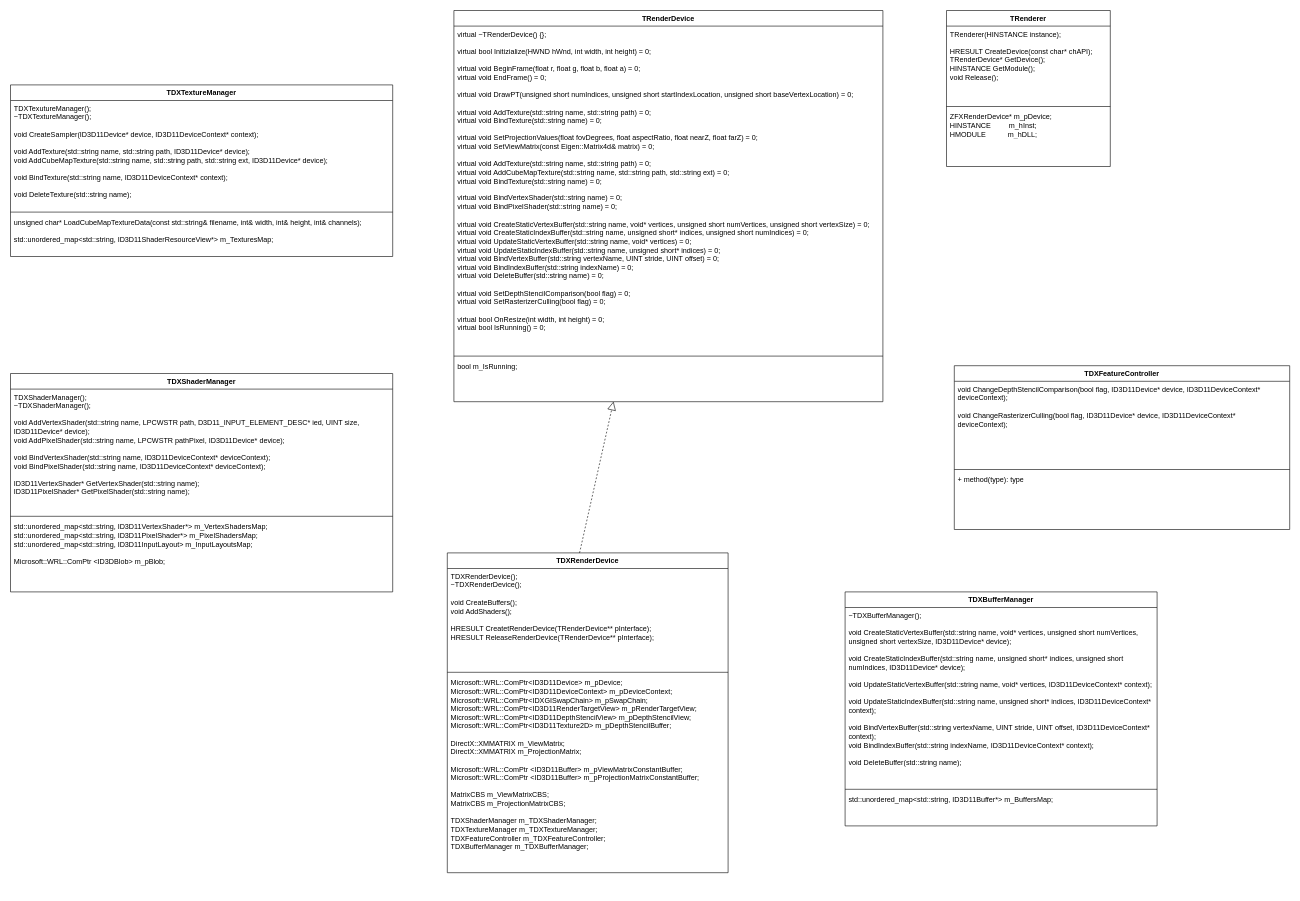
Above: UML/TRenderer.drawio in f1oating/TRender (draw.io), before the change. Source tidied: cells renumbered, new cells numbered last; positions are measured from the earlier drawing's top-left corner, leaving out a move shared by most shapes. Both pictures are drawn from the tidied source at 60%, with x=0, y=0 at pixel (10, 10).
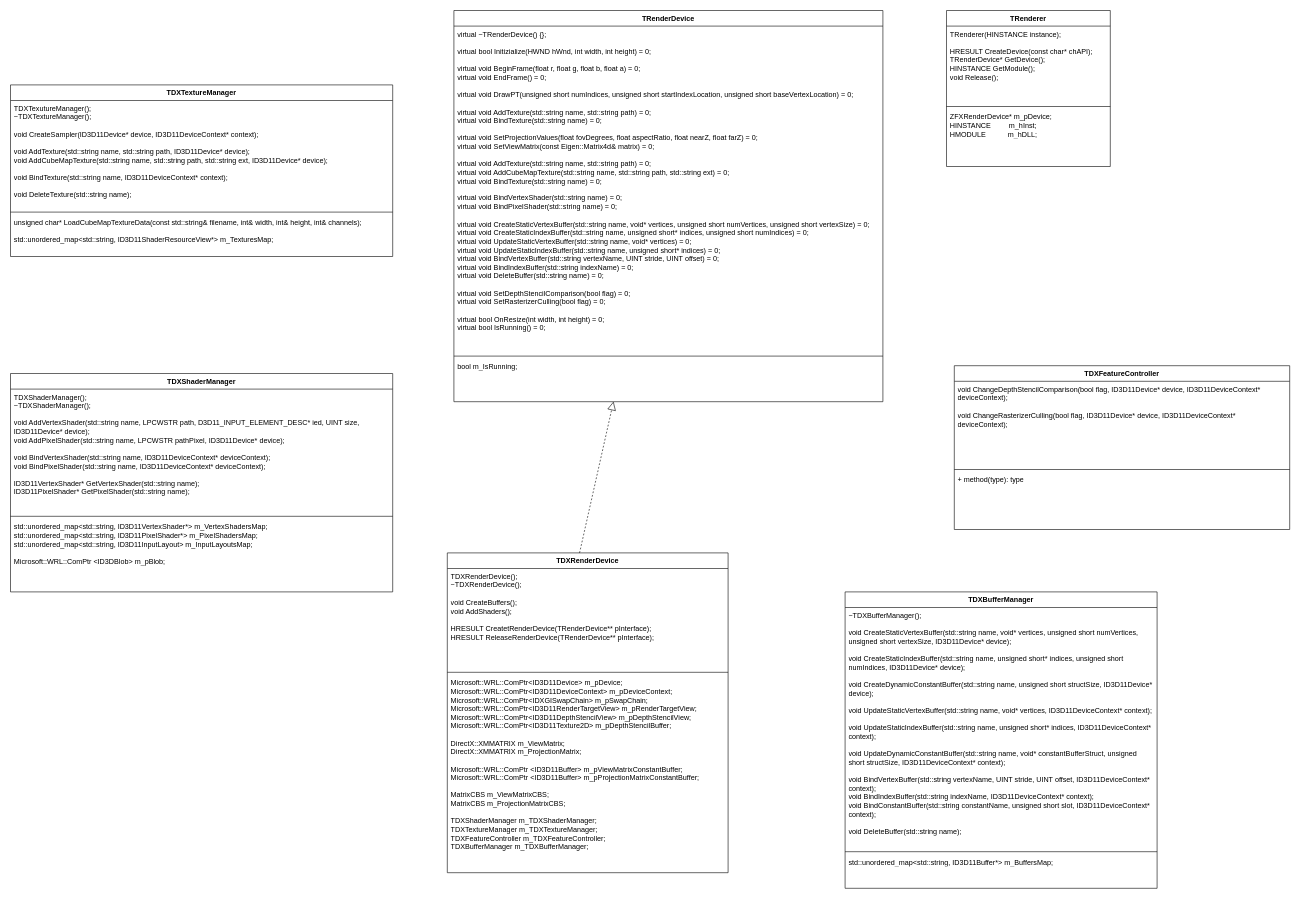
The same page after the edit.

Change to the diagram source:
```diff
@@
     <mxCell id="27" value="TDXBufferManager" style="swimlane;fontStyle=1;align=center;verticalAlign=top;horizontal=1;startSize=26;whiteSpace=wrap;html=1;" parent="1" vertex="1">
-      <mxGeometry x="1391" y="969" width="520" height="390" as="geometry" />
+      <mxGeometry x="1391" y="969" width="520" height="494" as="geometry" />
     </mxCell>
-    <mxCell id="28" value="~TDXBufferManager();&lt;br&gt;&lt;br&gt;void CreateStaticVertexBuffer(std::string name, void* vertices, unsigned short numVertices, unsigned short vertexSize, ID3D11Device* device);&lt;br&gt;&lt;br&gt;void CreateStaticIndexBuffer(std::string name, unsigned short* indices, unsigned short numIndices, ID3D11Device* device);&lt;br&gt;&lt;br&gt;void UpdateStaticVertexBuffer(std::string name, void* vertices, ID3D11DeviceContext* context);&lt;br&gt;&lt;br&gt;void UpdateStaticIndexBuffer(std::string name, unsigned short* indices, ID3D11DeviceContext* context);&lt;br&gt;&lt;br&gt;void BindVertexBuffer(std::string vertexName, UINT stride, UINT offset, ID3D11DeviceContext* context);&lt;br&gt;void BindIndexBuffer(std::string indexName, ID3D11DeviceContext* context);&lt;br&gt;&lt;br&gt;void DeleteBuffer(std::string name);" style="text;strokeColor=none;fillColor=none;align=left;verticalAlign=top;spacingLeft=4;spacingRight=4;overflow=hidden;whiteSpace=wrap;html=1;" parent="27" vertex="1">
-      <mxGeometry y="26" width="520" height="299" as="geometry" />
+    <mxCell id="28" value="~TDXBufferManager();&lt;br&gt;&lt;br&gt;void CreateStaticVertexBuffer(std::string name, void* vertices, unsigned short numVertices, unsigned short vertexSize, ID3D11Device* device);&lt;br&gt;&lt;br&gt;&lt;div&gt;void CreateStaticIndexBuffer(std::string name, unsigned short* indices, unsigned short numIndices, ID3D11Device* device);&lt;/div&gt;&lt;div&gt;&lt;br&gt;&lt;/div&gt;&lt;div&gt;void CreateDynamicConstantBuffer(std::string name, unsigned short structSize, ID3D11Device* device);&lt;br&gt;&lt;/div&gt;&lt;br&gt;void UpdateStaticVertexBuffer(std::string name, void* vertices, ID3D11DeviceContext* context);&lt;br&gt;&lt;br&gt;&lt;div&gt;void UpdateStaticIndexBuffer(std::string name, unsigned short* indices, ID3D11DeviceContext* context);&lt;/div&gt;&lt;div&gt;&lt;br&gt;&lt;/div&gt;&lt;div&gt;void UpdateDynamicConstantBuffer(std::string name, void* constantBufferStruct, unsigned short structSize, ID3D11DeviceContext* context);&lt;br&gt;&lt;/div&gt;&lt;br&gt;void BindVertexBuffer(std::string vertexName, UINT stride, UINT offset, ID3D11DeviceContext* context);&lt;br&gt;&lt;div&gt;void BindIndexBuffer(std::string indexName, ID3D11DeviceContext* context);&lt;/div&gt;&lt;div&gt;void BindConstantBuffer(std::string constantName, unsigned short slot, ID3D11DeviceContext* context);&lt;br&gt;&lt;/div&gt;&lt;br&gt;void DeleteBuffer(std::string name);" style="text;strokeColor=none;fillColor=none;align=left;verticalAlign=top;spacingLeft=4;spacingRight=4;overflow=hidden;whiteSpace=wrap;html=1;" parent="27" vertex="1">
+      <mxGeometry y="26" width="520" height="403" as="geometry" />
     </mxCell>
     <mxCell id="29" style="line;strokeWidth=1;fillColor=none;align=left;verticalAlign=middle;spacingTop=-1;spacingLeft=3;spacingRight=3;labelPosition=right;strokeColor=inherit;" parent="27" vertex="1">
-      <mxGeometry y="325" width="520" height="8" as="geometry" />
+      <mxGeometry y="429" width="520" height="8" as="geometry" />
     </mxCell>
     <mxCell id="30" value="&lt;div&gt;std::unordered_map&amp;lt;std::string, ID3D11Buffer*&amp;gt; m_BuffersMap;&lt;/div&gt;" style="text;strokeColor=none;fillColor=none;align=left;verticalAlign=top;spacingLeft=4;spacingRight=4;overflow=hidden;whiteSpace=wrap;html=1;" parent="27" vertex="1">
-      <mxGeometry y="333" width="520" height="57" as="geometry" />
+      <mxGeometry y="437" width="520" height="57" as="geometry" />
     </mxCell>
```
